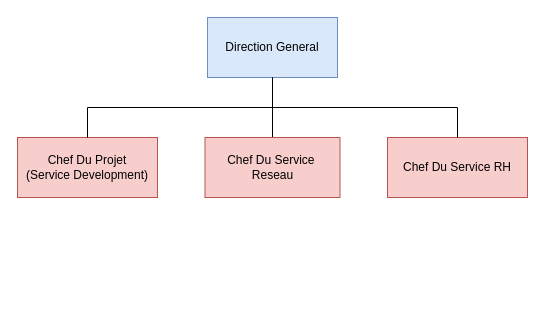
Earlier version of the draw.io diagram University/4th_ING_Software/1st_Semester/Gestion_Projet/TD/TD1/ex1.drawio (rabah-usthb/Documentations). Source tidied: cells renumbered, new cells numbered last; positions are measured from the earlier drawing's top-left corner, leaving out a move shared by most shapes. Both pictures are drawn from the tidied source at 100%, with x=0, y=0 at pixel (17, 17).
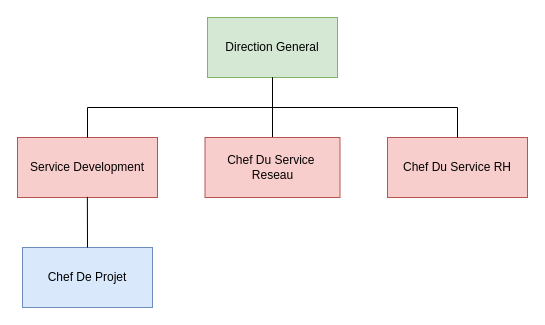
The same page after the edit.

Change to the diagram source:
```diff
@@
 <mxGraphModel>
   <root>
     <mxCell id="0" />
     <mxCell id="1" parent="0" />
-    <mxCell id="2" value="Direction General" style="whiteSpace=wrap;html=1;align=center;newEdgeStyle={&quot;edgeStyle&quot;:&quot;elbowEdgeStyle&quot;,&quot;startArrow&quot;:&quot;none&quot;,&quot;endArrow&quot;:&quot;none&quot;};fillColor=#dae8fc;strokeColor=#6c8ebf;" parent="1" vertex="1">
+    <mxCell id="2" value="Direction General" style="whiteSpace=wrap;html=1;align=center;newEdgeStyle={&quot;edgeStyle&quot;:&quot;elbowEdgeStyle&quot;,&quot;startArrow&quot;:&quot;none&quot;,&quot;endArrow&quot;:&quot;none&quot;};fillColor=#d5e8d4;strokeColor=#82b366;" parent="1" vertex="1">
       <mxGeometry x="190" width="130" height="60" as="geometry" />
     </mxCell>
     <mxCell id="3" value="Chef Du Service RH" style="whiteSpace=wrap;html=1;align=center;verticalAlign=middle;newEdgeStyle={&quot;edgeStyle&quot;:&quot;elbowEdgeStyle&quot;,&quot;startArrow&quot;:&quot;none&quot;,&quot;endArrow&quot;:&quot;none&quot;};fillColor=#f8cecc;strokeColor=#b85450;" parent="1" vertex="1">
       <mxGeometry x="370" y="120" width="140" height="60" as="geometry" />
     </mxCell>
     <mxCell id="4" style="edgeStyle=elbowEdgeStyle;elbow=vertical;sourcePerimeterSpacing=0;targetPerimeterSpacing=0;startArrow=none;endArrow=none;rounded=0;curved=0;exitX=0.5;exitY=1;exitDx=0;exitDy=0;" parent="1" edge="1" source="2" target="3">
       <mxGeometry relative="1" as="geometry" />
     </mxCell>
     <mxCell id="5" style="edgeStyle=elbowEdgeStyle;rounded=0;jettySize=auto;html=1;startArrow=none;endArrow=none;" parent="1" edge="1" source="6" target="2">
       <mxGeometry relative="1" as="geometry" />
     </mxCell>
     <mxCell id="6" value="Chef Du Service&amp;nbsp;&lt;div&gt;Reseau&lt;/div&gt;" style="whiteSpace=wrap;html=1;align=center;newEdgeStyle={&quot;edgeStyle&quot;:&quot;elbowEdgeStyle&quot;,&quot;startArrow&quot;:&quot;none&quot;,&quot;endArrow&quot;:&quot;none&quot;};fillColor=#f8cecc;strokeColor=#b85450;" parent="1" vertex="1">
       <mxGeometry x="187.5" y="120" width="135" height="60" as="geometry" />
     </mxCell>
-    <mxCell id="7" value="Chef Du Projet&lt;div&gt;(Service Development)&lt;/div&gt;" style="whiteSpace=wrap;html=1;align=center;verticalAlign=middle;newEdgeStyle={&quot;edgeStyle&quot;:&quot;elbowEdgeStyle&quot;,&quot;startArrow&quot;:&quot;none&quot;,&quot;endArrow&quot;:&quot;none&quot;};fillColor=#f8cecc;strokeColor=#b85450;" parent="1" vertex="1">
+    <mxCell id="7" value="&lt;div&gt;Service Development&lt;/div&gt;" style="whiteSpace=wrap;html=1;align=center;verticalAlign=middle;newEdgeStyle={&quot;edgeStyle&quot;:&quot;elbowEdgeStyle&quot;,&quot;startArrow&quot;:&quot;none&quot;,&quot;endArrow&quot;:&quot;none&quot;};fillColor=#f8cecc;strokeColor=#b85450;" parent="1" vertex="1">
       <mxGeometry y="120" width="140" height="60" as="geometry" />
     </mxCell>
     <mxCell id="8" style="edgeStyle=elbowEdgeStyle;elbow=vertical;sourcePerimeterSpacing=0;targetPerimeterSpacing=0;startArrow=none;endArrow=none;rounded=0;curved=0;entryX=0.5;entryY=0;entryDx=0;entryDy=0;" parent="1" edge="1" target="7">
       <mxGeometry relative="1" as="geometry">
         <mxPoint x="260" y="90" as="sourcePoint" />
         <Array as="points">
           <mxPoint x="260" y="90" />
         </Array>
       </mxGeometry>
     </mxCell>
+    <mxCell id="9" value="Chef De Projet" style="whiteSpace=wrap;html=1;align=center;newEdgeStyle={&quot;edgeStyle&quot;:&quot;elbowEdgeStyle&quot;,&quot;startArrow&quot;:&quot;none&quot;,&quot;endArrow&quot;:&quot;none&quot;};fillColor=#dae8fc;strokeColor=#6c8ebf;" parent="1" vertex="1">
+      <mxGeometry x="5" y="230" width="130" height="60" as="geometry" />
+    </mxCell>
+    <mxCell id="10" style="endArrow=none;html=1;rounded=0;exitX=0.5;exitY=0;exitDx=0;exitDy=0;entryX=0.499;entryY=0.989;entryDx=0;entryDy=0;entryPerimeter=0;" parent="1" edge="1" source="9" target="7">
+      <mxGeometry relative="1" as="geometry" />
+    </mxCell>
   </root>
 </mxGraphModel>
```
